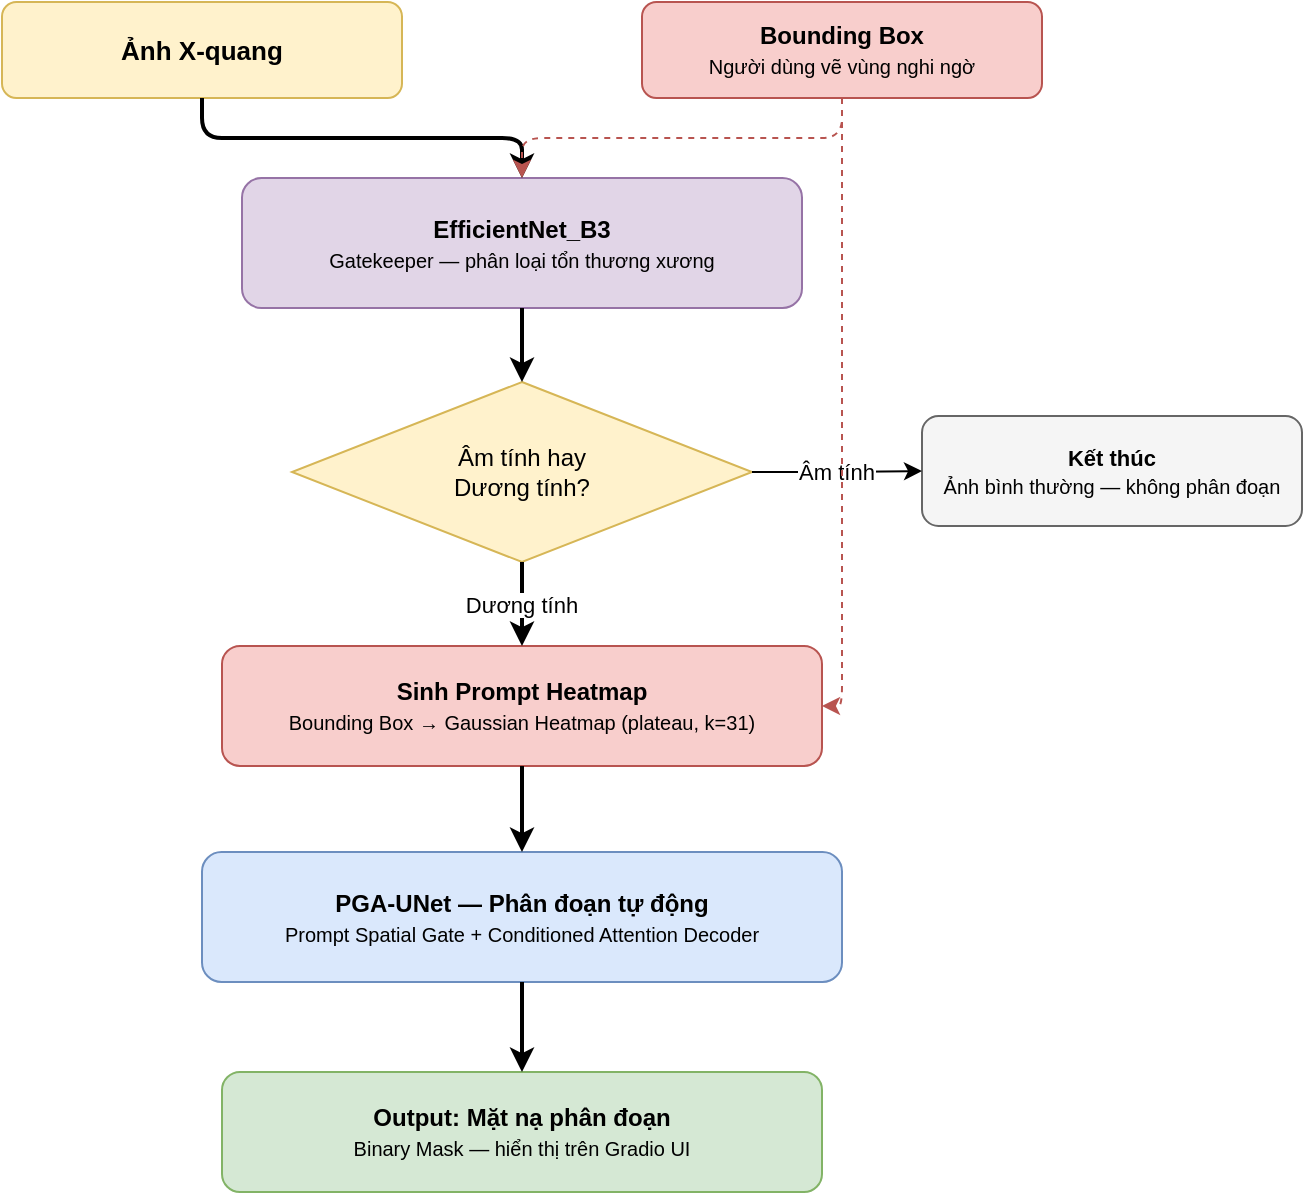
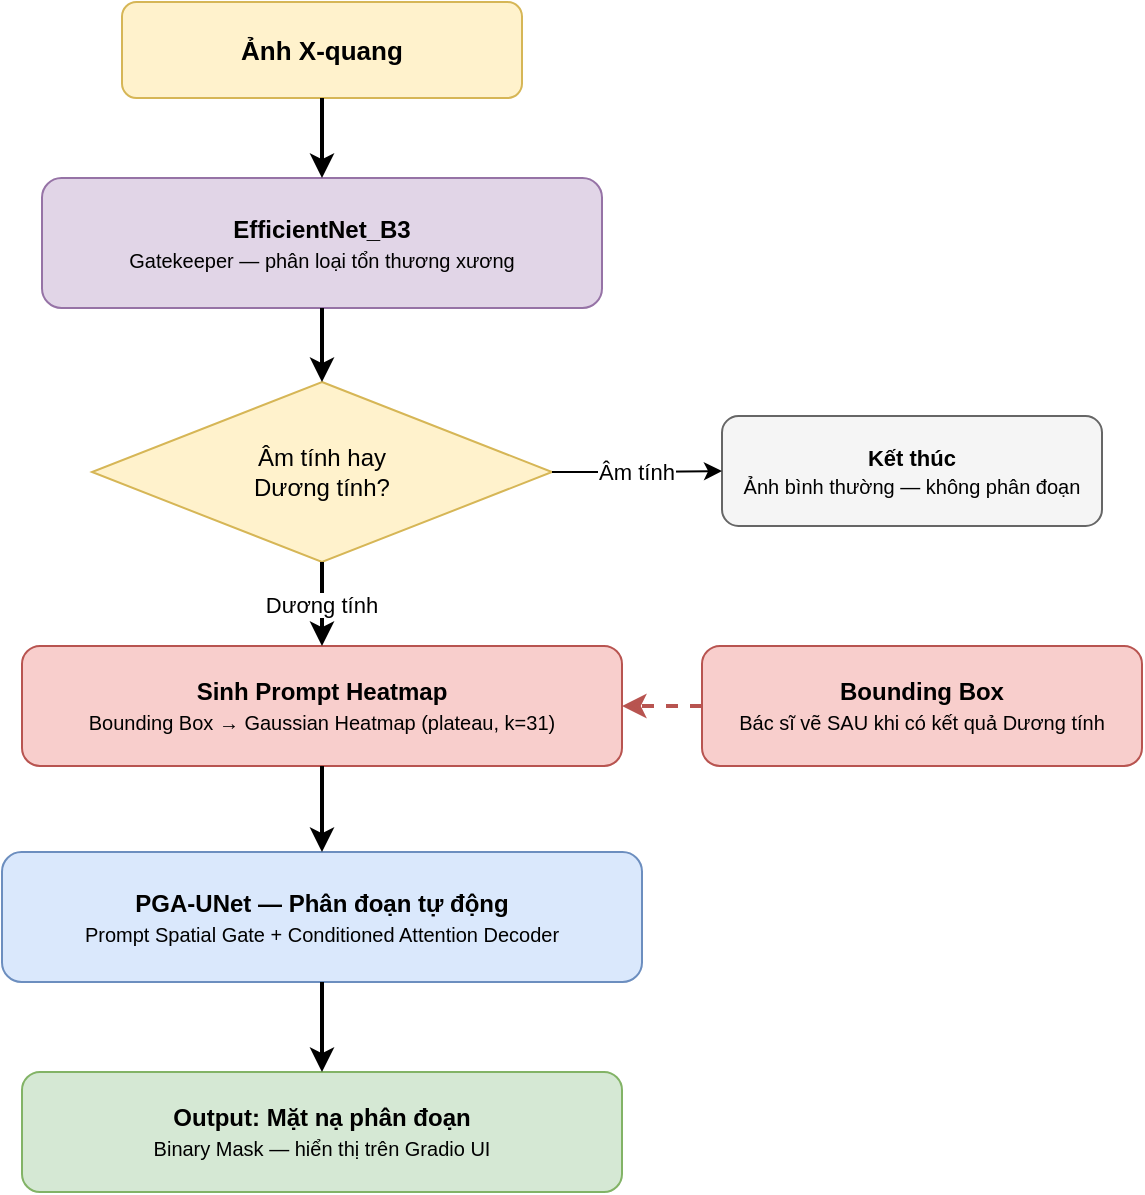
<mxfile host="65bd71144e">
    <diagram name="4. Inference Pipeline" id="inferencepipeline">
        <mxGraphModel dx="1042" dy="124" grid="1" gridSize="10" guides="1" tooltips="1" connect="1" arrows="1" fold="1" page="1" pageScale="1" pageWidth="860" pageHeight="820" math="0" shadow="0">
            <root>
                <mxCell id="0"/>
                <mxCell id="1" parent="0"/>

-                 <!-- ===== INPUTS (side by side) ===== -->
+                 <!-- ===== INPUT (ảnh X-quang, duy nhất từ đầu) ===== -->
                <mxCell id="xray" value="&lt;b&gt;Ảnh X-quang&lt;/b&gt;" style="rounded=1;whiteSpace=wrap;html=1;fillColor=#fff2cc;strokeColor=#d6b656;fontSize=13;" parent="1" vertex="1">
-                     <mxGeometry x="160" y="20" width="200" height="48" as="geometry"/>
-                 </mxCell>
-                 <mxCell id="bbox_in" value="&lt;b&gt;Bounding Box&lt;/b&gt;&lt;br&gt;&lt;font style=&quot;font-size:10px;&quot;&gt;Người dùng vẽ vùng nghi ngờ&lt;/font&gt;" style="rounded=1;whiteSpace=wrap;html=1;fillColor=#f8cecc;strokeColor=#b85450;fontSize=12;" parent="1" vertex="1">
-                     <mxGeometry x="480" y="20" width="200" height="48" as="geometry"/>
+                     <mxGeometry x="320" y="20" width="200" height="48" as="geometry"/>
                </mxCell>

                <!-- ===== GATEKEEPER ===== -->
                <mxCell id="gate" value="&lt;b&gt;EfficientNet_B3&lt;/b&gt;&lt;br&gt;&lt;font style=&quot;font-size:10px;&quot;&gt;Gatekeeper — phân loại tổn thương xương&lt;/font&gt;" style="rounded=1;whiteSpace=wrap;html=1;fillColor=#e1d5e7;strokeColor=#9673a6;fontSize=12;" parent="1" vertex="1">
                    <mxGeometry x="280" y="108" width="280" height="65" as="geometry"/>
                </mxCell>

                <!-- ===== DECISION ===== -->
                <mxCell id="dec" value="Âm tính hay&lt;br&gt;Dương tính?" style="rhombus;whiteSpace=wrap;html=1;fillColor=#fff2cc;strokeColor=#d6b656;fontSize=12;" parent="1" vertex="1">
                    <mxGeometry x="305" y="210" width="230" height="90" as="geometry"/>
                </mxCell>

                <!-- ===== NEGATIVE branch ===== -->
                <mxCell id="stop" value="&lt;b&gt;Kết thúc&lt;/b&gt;&lt;br&gt;&lt;font style=&quot;font-size:10px;&quot;&gt;Ảnh bình thường — không phân đoạn&lt;/font&gt;" style="rounded=1;whiteSpace=wrap;html=1;fillColor=#f5f5f5;strokeColor=#666666;fontSize=11;" parent="1" vertex="1">
                    <mxGeometry x="620" y="227" width="190" height="55" as="geometry"/>
                </mxCell>

                <!-- ===== POSITIVE branch ===== -->
                <mxCell id="prompt0" value="&lt;b&gt;Sinh Prompt Heatmap&lt;/b&gt;&lt;br&gt;&lt;font style=&quot;font-size:10px;&quot;&gt;Bounding Box → Gaussian Heatmap (plateau, k=31)&lt;/font&gt;" style="rounded=1;whiteSpace=wrap;html=1;fillColor=#f8cecc;strokeColor=#b85450;fontSize=12;" parent="1" vertex="1">
                    <mxGeometry x="270" y="342" width="300" height="60" as="geometry"/>
                </mxCell>

+                 <!-- BBox chỉ xuất hiện SAU quyết định Dương tính (cùng hàng với Sinh Prompt Heatmap) -->
+                 <mxCell id="bbox_in" value="&lt;b&gt;Bounding Box&lt;/b&gt;&lt;br&gt;&lt;font style=&quot;font-size:10px;&quot;&gt;Bác sĩ vẽ SAU khi có kết quả Dương tính&lt;/font&gt;" style="rounded=1;whiteSpace=wrap;html=1;fillColor=#f8cecc;strokeColor=#b85450;fontSize=12;" parent="1" vertex="1">
+                     <mxGeometry x="610" y="342" width="220" height="60" as="geometry"/>
+                 </mxCell>
+ 
                <!-- ===== PGA-UNet ===== -->
                <mxCell id="pga" value="&lt;b&gt;PGA-UNet — Phân đoạn tự động&lt;/b&gt;&lt;br&gt;&lt;font style=&quot;font-size:10px;&quot;&gt;Prompt Spatial Gate + Conditioned Attention Decoder&lt;/font&gt;" style="rounded=1;whiteSpace=wrap;html=1;fillColor=#dae8fc;strokeColor=#6c8ebf;fontSize=12;" parent="1" vertex="1">
                    <mxGeometry x="260" y="445" width="320" height="65" as="geometry"/>
                </mxCell>

                <!-- ===== OUTPUT ===== -->
                <mxCell id="out" value="&lt;b&gt;Output: Mặt nạ phân đoạn&lt;/b&gt;&lt;br&gt;&lt;font style=&quot;font-size:10px;&quot;&gt;Binary Mask — hiển thị trên Gradio UI&lt;/font&gt;" style="rounded=1;whiteSpace=wrap;html=1;fillColor=#d5e8d4;strokeColor=#82b366;fontSize=12;" parent="1" vertex="1">
                    <mxGeometry x="270" y="555" width="300" height="60" as="geometry"/>
                </mxCell>

                <!-- ===== ARROWS ===== -->
                <!-- Ảnh → Gatekeeper -->
                <mxCell id="a1" value="" style="edgeStyle=orthogonalEdgeStyle;strokeWidth=2;" parent="1" source="xray" target="gate" edge="1">
                    <mxGeometry relative="1" as="geometry"/>
                </mxCell>
-                 <!-- BBox → Gatekeeper (nét đứt, không ảnh hưởng kết quả phân loại) -->
-                 <mxCell id="a_bbox_gate" value="" style="edgeStyle=orthogonalEdgeStyle;strokeWidth=1;dashed=1;strokeColor=#b85450;" parent="1" source="bbox_in" target="gate" edge="1">
-                     <mxGeometry relative="1" as="geometry"/>
-                 </mxCell>
                <!-- Gatekeeper → Decision -->
                <mxCell id="a2" value="" style="edgeStyle=orthogonalEdgeStyle;strokeWidth=2;" parent="1" source="gate" target="dec" edge="1">
                    <mxGeometry relative="1" as="geometry"/>
                </mxCell>
                <!-- Decision → Stop (âm tính) -->
                <mxCell id="a3" value="Âm tính" style="edgeStyle=orthogonalEdgeStyle;fontSize=11;" parent="1" source="dec" target="stop" edge="1">
                    <mxGeometry relative="1" as="geometry"/>
                </mxCell>
                <!-- Decision → Prompt (dương tính) -->
                <mxCell id="a4" value="Dương tính" style="edgeStyle=orthogonalEdgeStyle;strokeWidth=2;fontSize=11;" parent="1" source="dec" target="prompt0" edge="1">
                    <mxGeometry relative="1" as="geometry"/>
                </mxCell>
-                 <!-- BBox → Prompt (nét đứt, BBox được dùng để sinh heatmap) -->
-                 <mxCell id="a_bbox_prompt" value="" style="edgeStyle=orthogonalEdgeStyle;strokeWidth=1;dashed=1;strokeColor=#b85450;" parent="1" source="bbox_in" target="prompt0" edge="1">
-                     <mxGeometry relative="1" as="geometry">
-                         <Array as="points">
-                             <mxPoint x="580" y="255"/>
-                             <mxPoint x="580" y="372"/>
-                         </Array>
-                     </mxGeometry>
+                 <!-- BBox → Prompt (BBox được dùng để sinh heatmap) -->
+                 <mxCell id="a_bbox_prompt" value="" style="edgeStyle=orthogonalEdgeStyle;strokeWidth=2;dashed=1;strokeColor=#b85450;exitX=0;exitY=0.5;exitDx=0;exitDy=0;entryX=1;entryY=0.5;entryDx=0;entryDy=0;" parent="1" source="bbox_in" target="prompt0" edge="1">
+                     <mxGeometry relative="1" as="geometry"/>
                </mxCell>
                <!-- Prompt → PGA-UNet -->
                <mxCell id="a5" value="" style="edgeStyle=orthogonalEdgeStyle;strokeWidth=2;" parent="1" source="prompt0" target="pga" edge="1">
                    <mxGeometry relative="1" as="geometry"/>
                </mxCell>
                <!-- PGA-UNet → Output -->
                <mxCell id="a6" value="" style="edgeStyle=orthogonalEdgeStyle;strokeWidth=2;" parent="1" source="pga" target="out" edge="1">
                    <mxGeometry relative="1" as="geometry"/>
                </mxCell>

            </root>
        </mxGraphModel>
    </diagram>
</mxfile>
